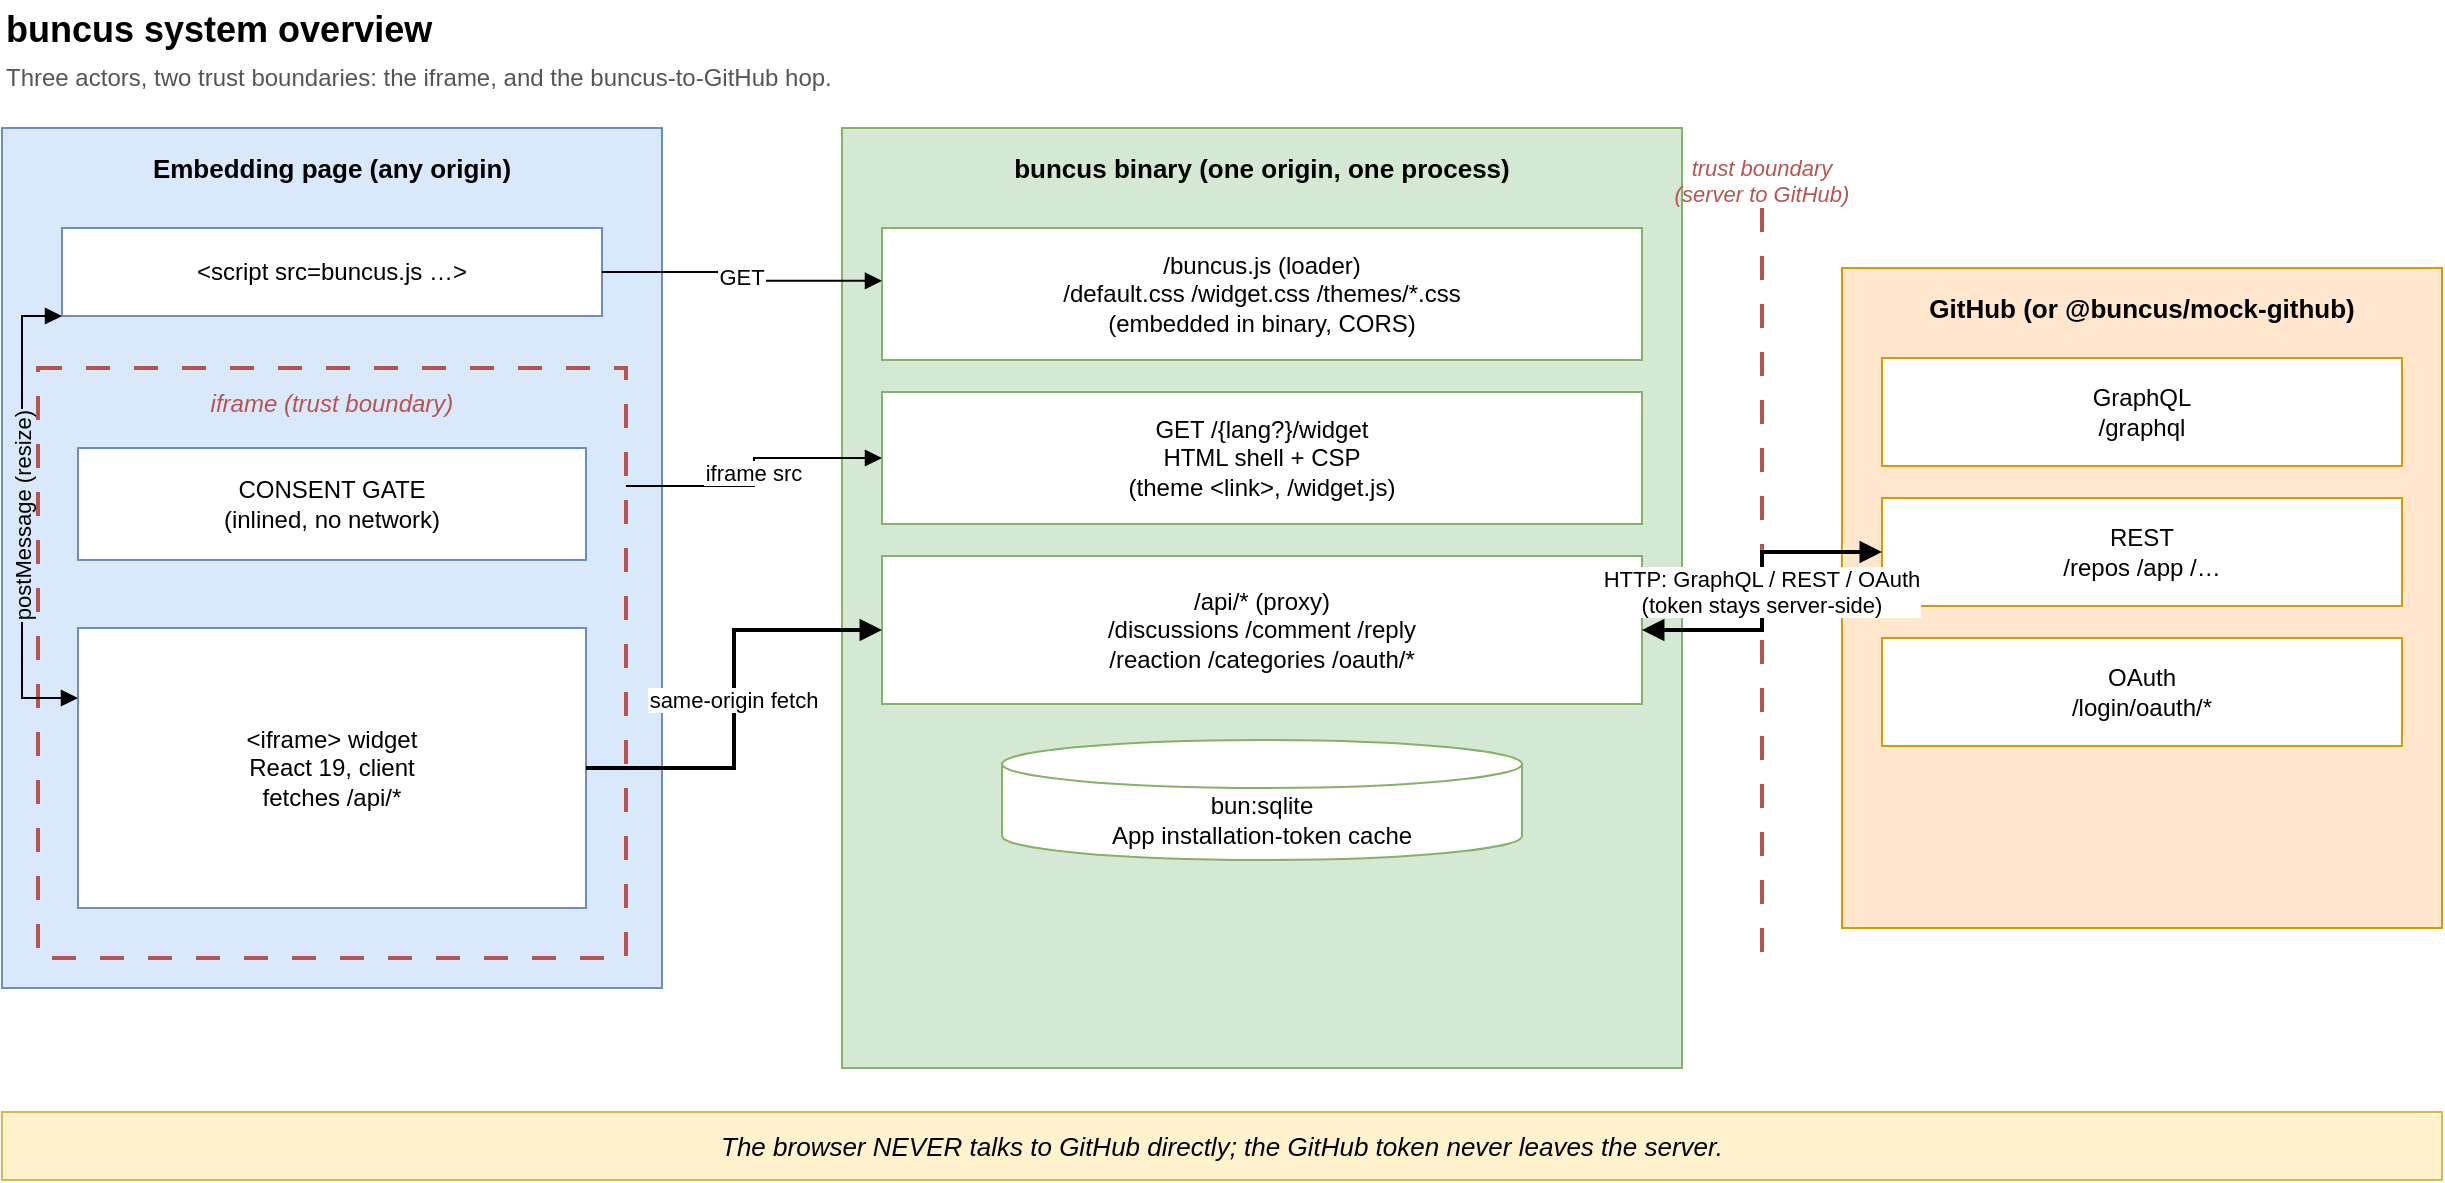
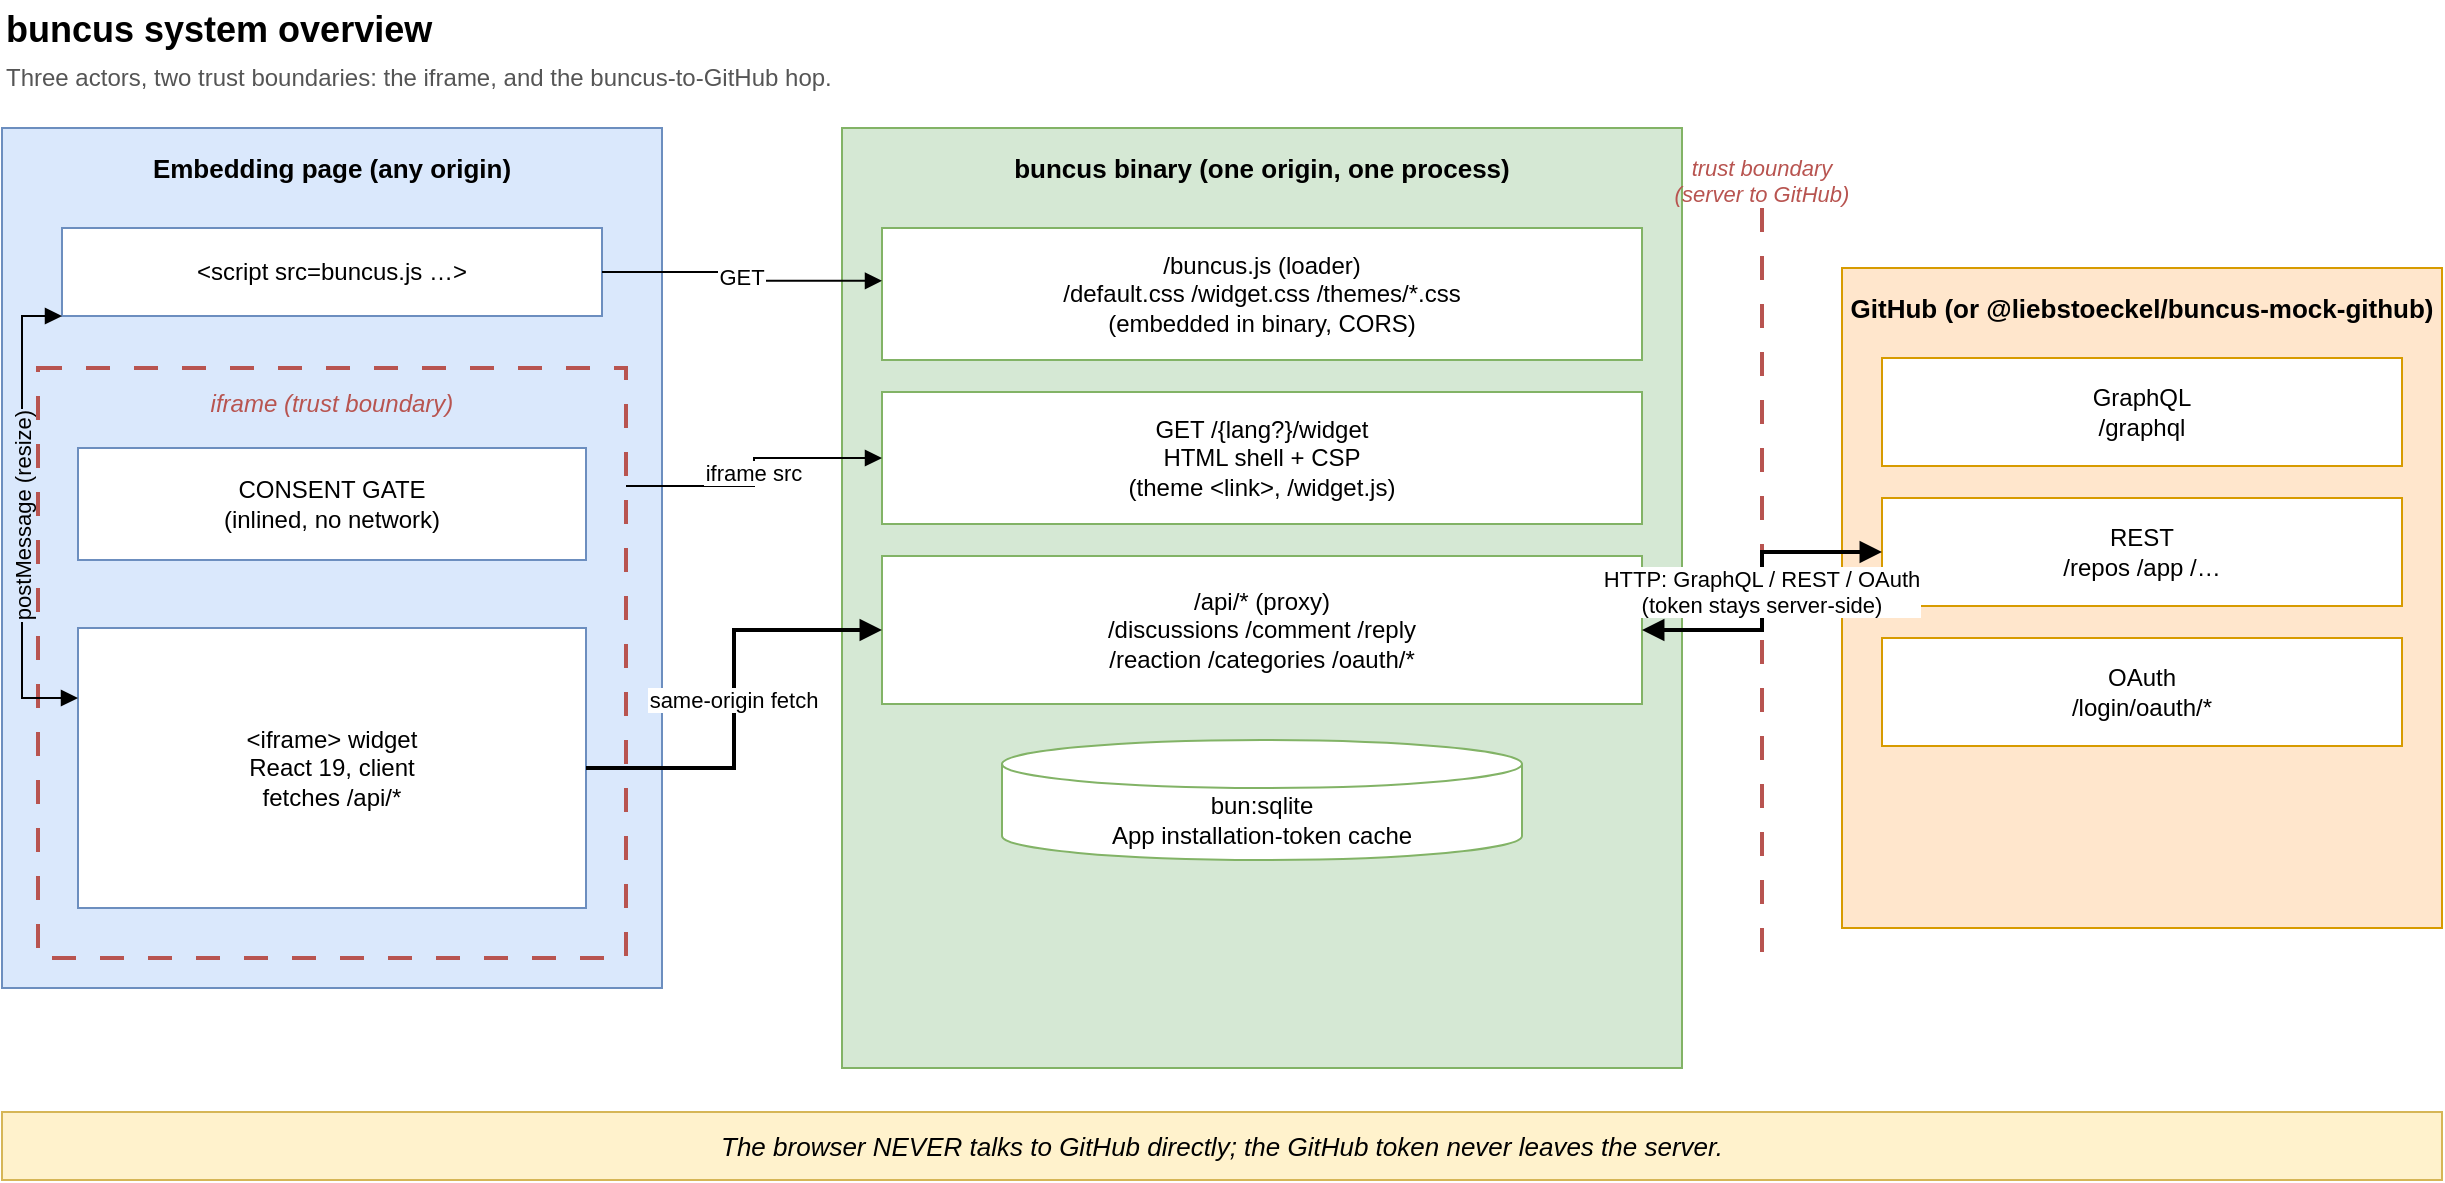
<mxGraphModel dx="1240" dy="640" grid="0" gridSize="10" guides="1" tooltips="1" connect="1" arrows="1" fold="1" page="1" pageScale="1" pageWidth="1300" pageHeight="640" math="0" shadow="0" adaptiveColors="auto">
  <root>
    <mxCell id="0"/>
    <mxCell id="1" parent="0"/>

    <mxCell id="title" value="buncus system overview" style="text;html=0;align=left;verticalAlign=middle;fontSize=18;fontStyle=1;" vertex="1" parent="1">
      <mxGeometry x="40" y="16" width="500" height="26" as="geometry"/>
    </mxCell>
    <mxCell id="subtitle" value="Three actors, two trust boundaries: the iframe, and the buncus-to-GitHub hop." style="text;html=0;align=left;verticalAlign=middle;fontSize=12;fontColor=#555555;" vertex="1" parent="1">
      <mxGeometry x="40" y="44" width="760" height="20" as="geometry"/>
    </mxCell>

    <mxCell id="zoneA" value="Embedding page (any origin)" style="rounded=0;whiteSpace=wrap;html=0;fillColor=#dae8fc;strokeColor=#6c8ebf;verticalAlign=top;fontStyle=1;fontSize=13;spacingTop=6;" vertex="1" parent="1">
      <mxGeometry x="40" y="80" width="330" height="430" as="geometry"/>
    </mxCell>
    <mxCell id="zoneB" value="buncus binary (one origin, one process)" style="rounded=0;whiteSpace=wrap;html=0;fillColor=#d5e8d4;strokeColor=#82b366;verticalAlign=top;fontStyle=1;fontSize=13;spacingTop=6;" vertex="1" parent="1">
      <mxGeometry x="460" y="80" width="420" height="470" as="geometry"/>
    </mxCell>
-     <mxCell id="zoneC" value="GitHub (or @buncus/mock-github)" style="rounded=0;whiteSpace=wrap;html=0;fillColor=#ffe6cc;strokeColor=#d79b00;verticalAlign=top;fontStyle=1;fontSize=13;spacingTop=6;" vertex="1" parent="1">
+     <mxCell id="zoneC" value="GitHub (or @liebstoeckel/buncus-mock-github)" style="rounded=0;whiteSpace=wrap;html=0;fillColor=#ffe6cc;strokeColor=#d79b00;verticalAlign=top;fontStyle=1;fontSize=13;spacingTop=6;" vertex="1" parent="1">
      <mxGeometry x="960" y="150" width="300" height="330" as="geometry"/>
    </mxCell>

    <mxCell id="aScript" value="&lt;script src=buncus.js …&gt;" style="rounded=0;whiteSpace=wrap;html=0;fillColor=#ffffff;strokeColor=#6c8ebf;fontSize=12;" vertex="1" parent="1">
      <mxGeometry x="70" y="130" width="270" height="44" as="geometry"/>
    </mxCell>
    <mxCell id="aIframe" value="iframe  (trust boundary)" style="rounded=0;whiteSpace=wrap;html=0;dashed=1;dashPattern=6 6;strokeColor=#b85450;strokeWidth=2;fillColor=none;verticalAlign=top;fontStyle=2;fontColor=#b85450;fontSize=12;spacingTop=4;" vertex="1" parent="1">
      <mxGeometry x="58" y="200" width="294" height="295" as="geometry"/>
    </mxCell>
    <mxCell id="aConsent" value="CONSENT GATE&#10;(inlined, no network)" style="rounded=0;whiteSpace=wrap;html=0;fillColor=#ffffff;strokeColor=#6c8ebf;fontSize=12;" vertex="1" parent="1">
      <mxGeometry x="78" y="240" width="254" height="56" as="geometry"/>
    </mxCell>
    <mxCell id="aWidget" value="&lt;iframe&gt; widget&#10;React 19, client&#10;fetches /api/*" style="rounded=0;whiteSpace=wrap;html=0;fillColor=#ffffff;strokeColor=#6c8ebf;fontSize=12;" vertex="1" parent="1">
      <mxGeometry x="78" y="330" width="254" height="140" as="geometry"/>
    </mxCell>

    <mxCell id="bAssets" value="/buncus.js  (loader)&#10;/default.css  /widget.css  /themes/*.css&#10;(embedded in binary, CORS)" style="rounded=0;whiteSpace=wrap;html=0;fillColor=#ffffff;strokeColor=#82b366;fontSize=12;" vertex="1" parent="1">
      <mxGeometry x="480" y="130" width="380" height="66" as="geometry"/>
    </mxCell>
    <mxCell id="bWidgetRoute" value="GET /{lang?}/widget&#10;HTML shell + CSP&#10;(theme &lt;link&gt;, /widget.js)" style="rounded=0;whiteSpace=wrap;html=0;fillColor=#ffffff;strokeColor=#82b366;fontSize=12;" vertex="1" parent="1">
      <mxGeometry x="480" y="212" width="380" height="66" as="geometry"/>
    </mxCell>
    <mxCell id="bApi" value="/api/*  (proxy)&#10;/discussions  /comment  /reply&#10;/reaction  /categories  /oauth/*" style="rounded=0;whiteSpace=wrap;html=0;fillColor=#ffffff;strokeColor=#82b366;fontSize=12;" vertex="1" parent="1">
      <mxGeometry x="480" y="294" width="380" height="74" as="geometry"/>
    </mxCell>
    <mxCell id="bSqlite" value="bun:sqlite&#10;App installation-token cache" style="shape=cylinder3;whiteSpace=wrap;html=0;fillColor=#ffffff;strokeColor=#82b366;fontSize=12;boundedLbl=1;backgroundOutline=1;size=12;verticalAlign=middle;" vertex="1" parent="1">
      <mxGeometry x="540" y="386" width="260" height="60" as="geometry"/>
    </mxCell>

    <mxCell id="cGraphql" value="GraphQL&#10;/graphql" style="rounded=0;whiteSpace=wrap;html=0;fillColor=#ffffff;strokeColor=#d79b00;fontSize=12;" vertex="1" parent="1">
      <mxGeometry x="980" y="195" width="260" height="54" as="geometry"/>
    </mxCell>
    <mxCell id="cRest" value="REST&#10;/repos  /app  /…" style="rounded=0;whiteSpace=wrap;html=0;fillColor=#ffffff;strokeColor=#d79b00;fontSize=12;" vertex="1" parent="1">
      <mxGeometry x="980" y="265" width="260" height="54" as="geometry"/>
    </mxCell>
    <mxCell id="cOauth" value="OAuth&#10;/login/oauth/*" style="rounded=0;whiteSpace=wrap;html=0;fillColor=#ffffff;strokeColor=#d79b00;fontSize=12;" vertex="1" parent="1">
      <mxGeometry x="980" y="335" width="260" height="54" as="geometry"/>
    </mxCell>

    <mxCell id="tb2line" value="" style="endArrow=none;dashed=1;dashPattern=6 6;strokeColor=#b85450;strokeWidth=2;html=0;" edge="1" parent="1">
      <mxGeometry relative="1" as="geometry">
        <mxPoint x="920" y="120" as="sourcePoint"/>
        <mxPoint x="920" y="500" as="targetPoint"/>
      </mxGeometry>
    </mxCell>
    <mxCell id="tb2label" value="trust boundary&#10;(server to GitHub)" style="text;html=0;align=center;verticalAlign=middle;fontStyle=2;fontColor=#b85450;fontSize=11;" vertex="1" parent="1">
      <mxGeometry x="860" y="92" width="120" height="28" as="geometry"/>
    </mxCell>

    <mxCell id="e1" value="GET" style="edgeStyle=orthogonalEdgeStyle;rounded=0;html=0;endArrow=block;fontSize=11;labelBackgroundColor=#ffffff;exitX=1;exitY=0.5;exitDx=0;exitDy=0;entryX=0;entryY=0.4;entryDx=0;entryDy=0;" edge="1" parent="1" source="aScript" target="bAssets">
      <mxGeometry relative="1" as="geometry"/>
    </mxCell>
    <mxCell id="e2" value="iframe src" style="edgeStyle=orthogonalEdgeStyle;rounded=0;html=0;endArrow=block;fontSize=11;labelBackgroundColor=#ffffff;exitX=1;exitY=0.2;exitDx=0;exitDy=0;entryX=0;entryY=0.5;entryDx=0;entryDy=0;" edge="1" parent="1" source="aIframe" target="bWidgetRoute">
      <mxGeometry relative="1" as="geometry"/>
    </mxCell>
    <mxCell id="e3" value="postMessage (resize)" style="edgeStyle=orthogonalEdgeStyle;rounded=0;html=0;startArrow=block;endArrow=block;fontSize=11;horizontal=0;labelBackgroundColor=#dae8fc;exitX=0;exitY=1;exitDx=0;exitDy=0;entryX=0;entryY=0.25;entryDx=0;entryDy=0;" edge="1" parent="1" source="aScript" target="aWidget">
      <mxGeometry relative="1" as="geometry">
        <Array as="points">
          <mxPoint x="50" y="174"/>
          <mxPoint x="50" y="365"/>
        </Array>
      </mxGeometry>
    </mxCell>
    <mxCell id="e4" value="same-origin fetch" style="edgeStyle=orthogonalEdgeStyle;rounded=0;html=0;endArrow=block;strokeWidth=2;fontSize=11;labelBackgroundColor=#ffffff;exitX=1;exitY=0.5;exitDx=0;exitDy=0;entryX=0;entryY=0.5;entryDx=0;entryDy=0;" edge="1" parent="1" source="aWidget" target="bApi">
      <mxGeometry relative="1" as="geometry"/>
    </mxCell>
    <mxCell id="e5" value="HTTP:  GraphQL / REST / OAuth&#10;(token stays server-side)" style="edgeStyle=orthogonalEdgeStyle;rounded=0;html=0;startArrow=block;endArrow=block;strokeWidth=2;fontSize=11;labelBackgroundColor=#ffffff;exitX=1;exitY=0.5;exitDx=0;exitDy=0;entryX=0;entryY=0.5;entryDx=0;entryDy=0;" edge="1" parent="1" source="bApi" target="cRest">
      <mxGeometry relative="1" as="geometry"/>
    </mxCell>

    <mxCell id="note" value="The browser NEVER talks to GitHub directly; the GitHub token never leaves the server." style="rounded=0;whiteSpace=wrap;html=0;fillColor=#fff2cc;strokeColor=#d6b656;fontStyle=2;fontSize=13;align=center;" vertex="1" parent="1">
      <mxGeometry x="40" y="572" width="1220" height="34" as="geometry"/>
    </mxCell>

  </root>
</mxGraphModel>
